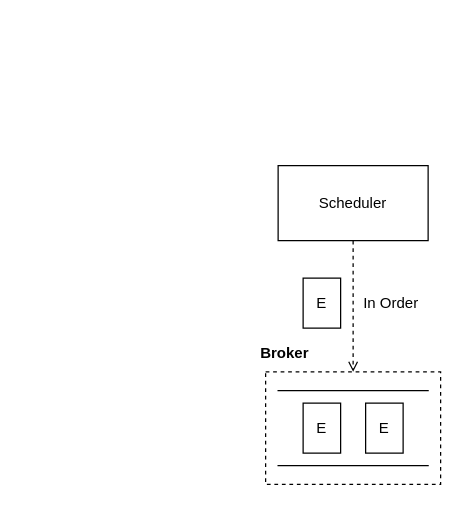
Before: page "Architecture" (1 of 2) of design/design.drawio in silverswords/pulse, a draw.io diagram. Source tidied: cells renumbered, new cells numbered last; positions are measured from the earlier drawing's top-left corner, leaving out a move shared by most shapes. Both pictures are drawn from the tidied source at 125%, with x=0, y=0 at pixel (252, 165).
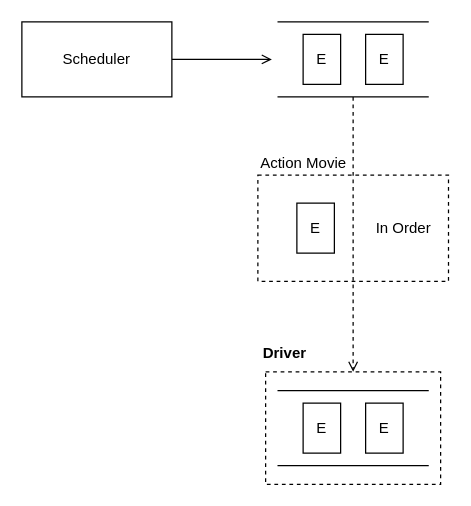
Above is the later version.

What changed in the source:
```diff
@@
 <mxGraphModel>
   <root>
     <mxCell id="0" />
     <mxCell id="1" parent="0" />
+    <mxCell id="11" style="rounded=0;whiteSpace=wrap;html=1;fillColor=none;dashed=1;" parent="1" vertex="1">
+      <mxGeometry x="3.8" y="7.5" width="152.5" height="85" as="geometry" />
+    </mxCell>
     <mxCell id="2" style="rounded=0;whiteSpace=wrap;html=1;fillColor=none;dashed=1;" parent="1" vertex="1">
       <mxGeometry x="10" y="165" width="140" height="90" as="geometry" />
     </mxCell>
     <mxCell id="3" style="shape=partialRectangle;whiteSpace=wrap;html=1;left=0;right=0;fillColor=none;" parent="1" vertex="1">
       <mxGeometry x="20" y="180" width="120" height="60" as="geometry" />
     </mxCell>
     <mxCell id="4" value="E" style="rounded=0;whiteSpace=wrap;html=1;" parent="1" vertex="1">
       <mxGeometry x="40" y="190" width="30" height="40" as="geometry" />
     </mxCell>
     <mxCell id="5" value="E" style="rounded=0;whiteSpace=wrap;html=1;" parent="1" vertex="1">
       <mxGeometry x="90" y="190" width="30" height="40" as="geometry" />
     </mxCell>
-    <mxCell id="6" value="Broker" style="text;html=1;align=center;verticalAlign=middle;fontStyle=1;" parent="1" vertex="1">
+    <mxCell id="6" value="Driver" style="text;html=1;align=center;verticalAlign=middle;fontStyle=1;" parent="1" vertex="1">
       <mxGeometry y="140" width="50" height="20" as="geometry" />
     </mxCell>
-    <mxCell id="7" style="edgeStyle=orthogonalEdgeStyle;rounded=0;jettySize=auto;html=1;entryX=0.5;entryY=0;entryDx=0;entryDy=0;endArrow=open;endFill=0;dashed=1;" parent="1" edge="1" source="8" target="2">
+    <mxCell id="7" style="edgeStyle=orthogonalEdgeStyle;rounded=0;jettySize=auto;html=1;endArrow=open;endFill=0;dashed=1;exitX=0.5;exitY=1;exitDx=0;exitDy=0;entryX=0.5;entryY=0;entryDx=0;entryDy=0;" parent="1" edge="1" source="13" target="2">
       <mxGeometry relative="1" as="geometry" />
     </mxCell>
+    <mxCell id="12" style="edgeStyle=orthogonalEdgeStyle;rounded=0;jettySize=auto;html=1;endArrow=open;endFill=0;" parent="1" edge="1" source="8">
+      <mxGeometry relative="1" as="geometry">
+        <mxPoint x="15" y="-85" as="targetPoint" />
+      </mxGeometry>
+    </mxCell>
     <mxCell id="8" value="Scheduler" style="rounded=0;whiteSpace=wrap;html=1;" parent="1" vertex="1">
-      <mxGeometry x="20" width="120" height="60" as="geometry" />
+      <mxGeometry x="-185" y="-115" width="120" height="60" as="geometry" />
     </mxCell>
     <mxCell id="9" value="E" style="rounded=0;whiteSpace=wrap;html=1;" parent="1" vertex="1">
-      <mxGeometry x="40" y="90" width="30" height="40" as="geometry" />
+      <mxGeometry x="35" y="30" width="30" height="40" as="geometry" />
     </mxCell>
     <mxCell id="10" value="In Order" style="text;html=1;align=center;verticalAlign=middle;" parent="1" vertex="1">
-      <mxGeometry x="80" y="100" width="60" height="20" as="geometry" />
+      <mxGeometry x="90" y="40" width="60" height="20" as="geometry" />
     </mxCell>
+    <mxCell id="13" style="shape=partialRectangle;whiteSpace=wrap;html=1;left=0;right=0;fillColor=none;" parent="1" vertex="1">
+      <mxGeometry x="20" y="-115" width="120" height="60" as="geometry" />
+    </mxCell>
+    <mxCell id="14" value="E" style="rounded=0;whiteSpace=wrap;html=1;" parent="1" vertex="1">
+      <mxGeometry x="40" y="-105" width="30" height="40" as="geometry" />
+    </mxCell>
+    <mxCell id="15" value="E" style="rounded=0;whiteSpace=wrap;html=1;" parent="1" vertex="1">
+      <mxGeometry x="90" y="-105" width="30" height="40" as="geometry" />
+    </mxCell>
+    <mxCell id="16" value="Action Movie" style="text;html=1;align=center;verticalAlign=middle;" parent="1" vertex="1">
+      <mxGeometry y="-12.5" width="80" height="20" as="geometry" />
+    </mxCell>
   </root>
 </mxGraphModel>
```
